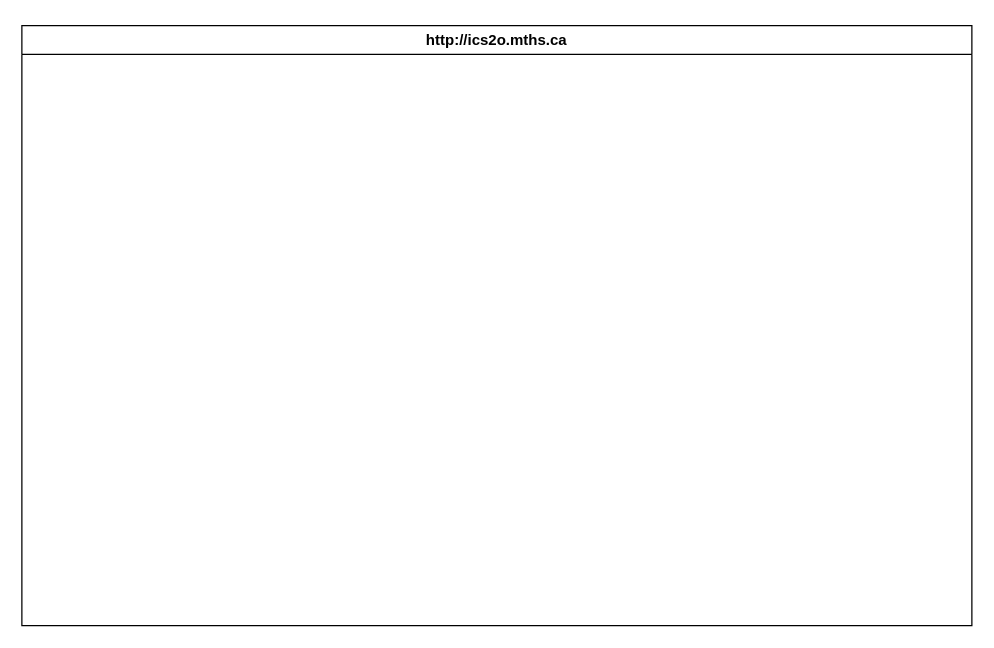
The draw.io diagram Unit1/Final/design/storyboard.drawio in rodney-cummings/ICD2O, before the edit. Source tidied: cells renumbered, new cells numbered last; positions are measured from the earlier drawing's top-left corner, leaving out a move shared by most shapes. Both pictures are drawn from the tidied source at 125%, with x=0, y=0 at pixel (21, 25).
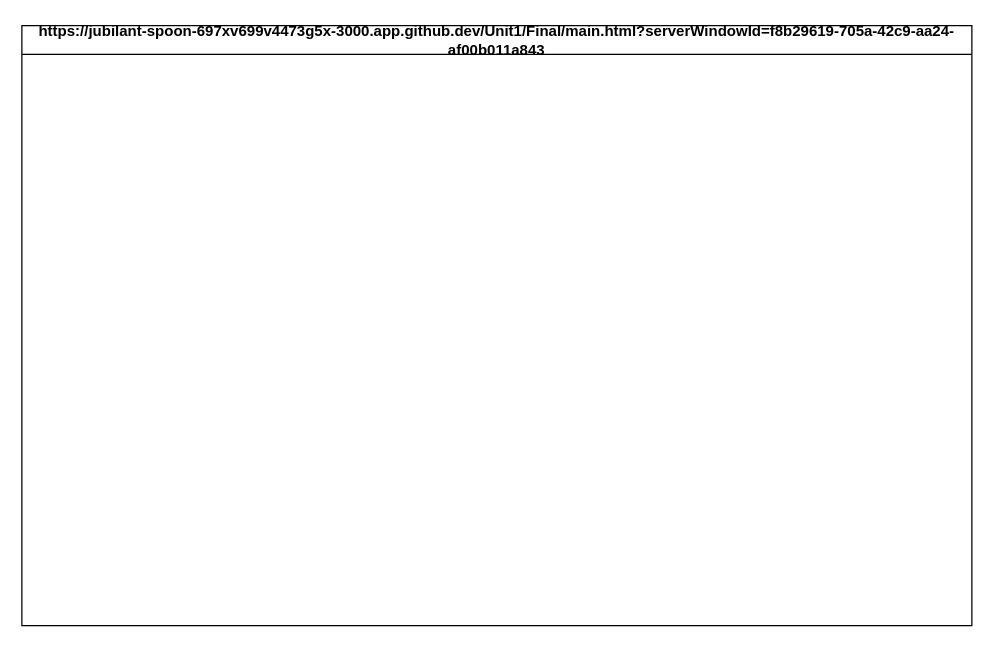
The same diagram, later.

Diff of the diagram source:
```diff
@@
 <mxGraphModel>
   <root>
     <mxCell id="0" />
     <mxCell id="1" parent="0" />
-    <mxCell id="2" value="http://ics2o.mths.ca" style="swimlane;whiteSpace=wrap;html=1;" parent="1" vertex="1">
+    <mxCell id="2" value="https://jubilant-spoon-697xv699v4473g5x-3000.app.github.dev/Unit1/Final/main.html?serverWindowId=f8b29619-705a-42c9-aa24-af00b011a843" style="swimlane;whiteSpace=wrap;html=1;" parent="1" vertex="1">
       <mxGeometry width="760" height="480" as="geometry" />
     </mxCell>
   </root>
 </mxGraphModel>
```
